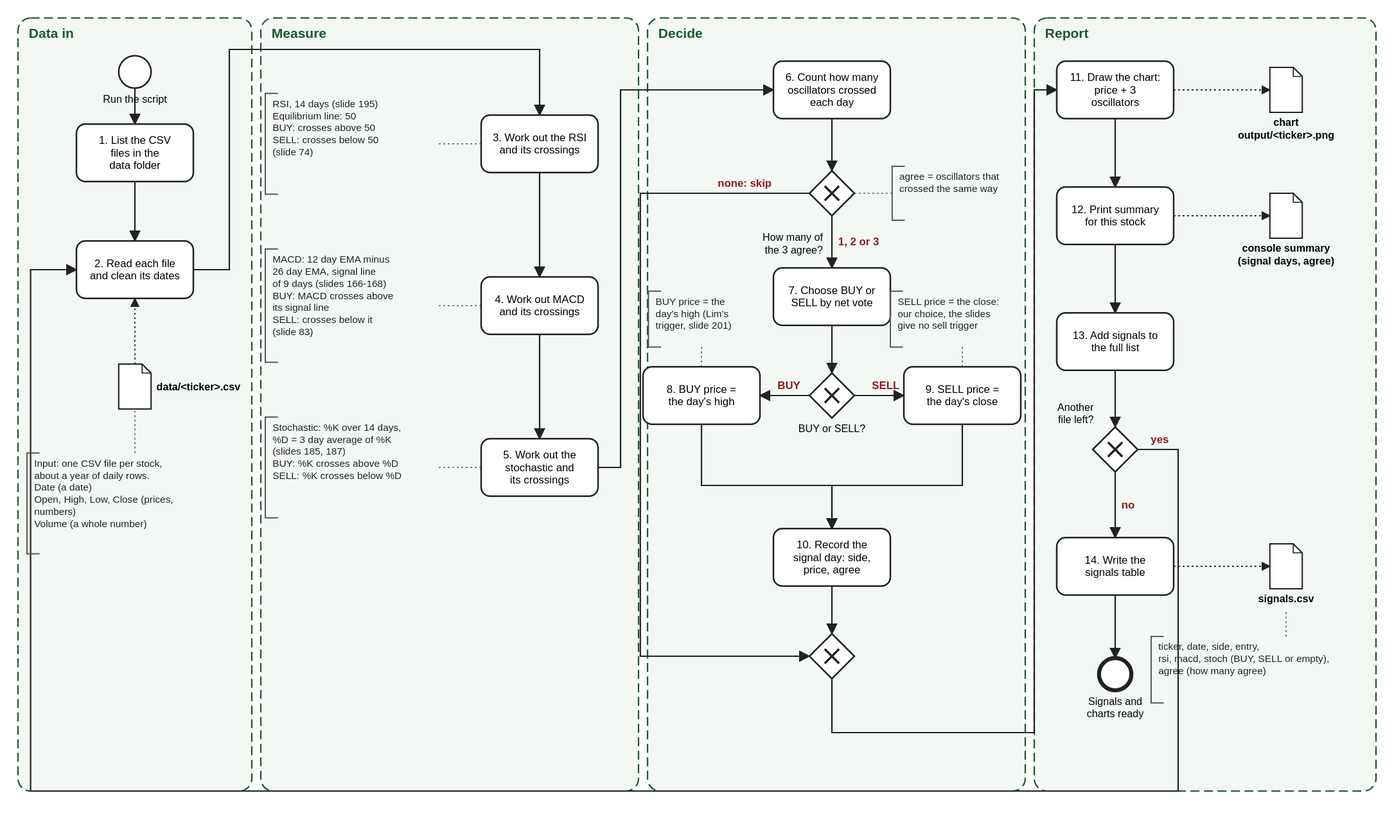
This is chapter-07/activity/First Automation FIN1209/First Automation FIN1209 - Example Flowchart.svg from benjiesotelo-sudo/Telos_FIN1209, a BPMN export, as it was before one commit. Its source is kept beside it as chapter-07/activity/First Automation FIN1209/First Automation FIN1209 - Example Flowchart.bpmn. Ids are renumbered.
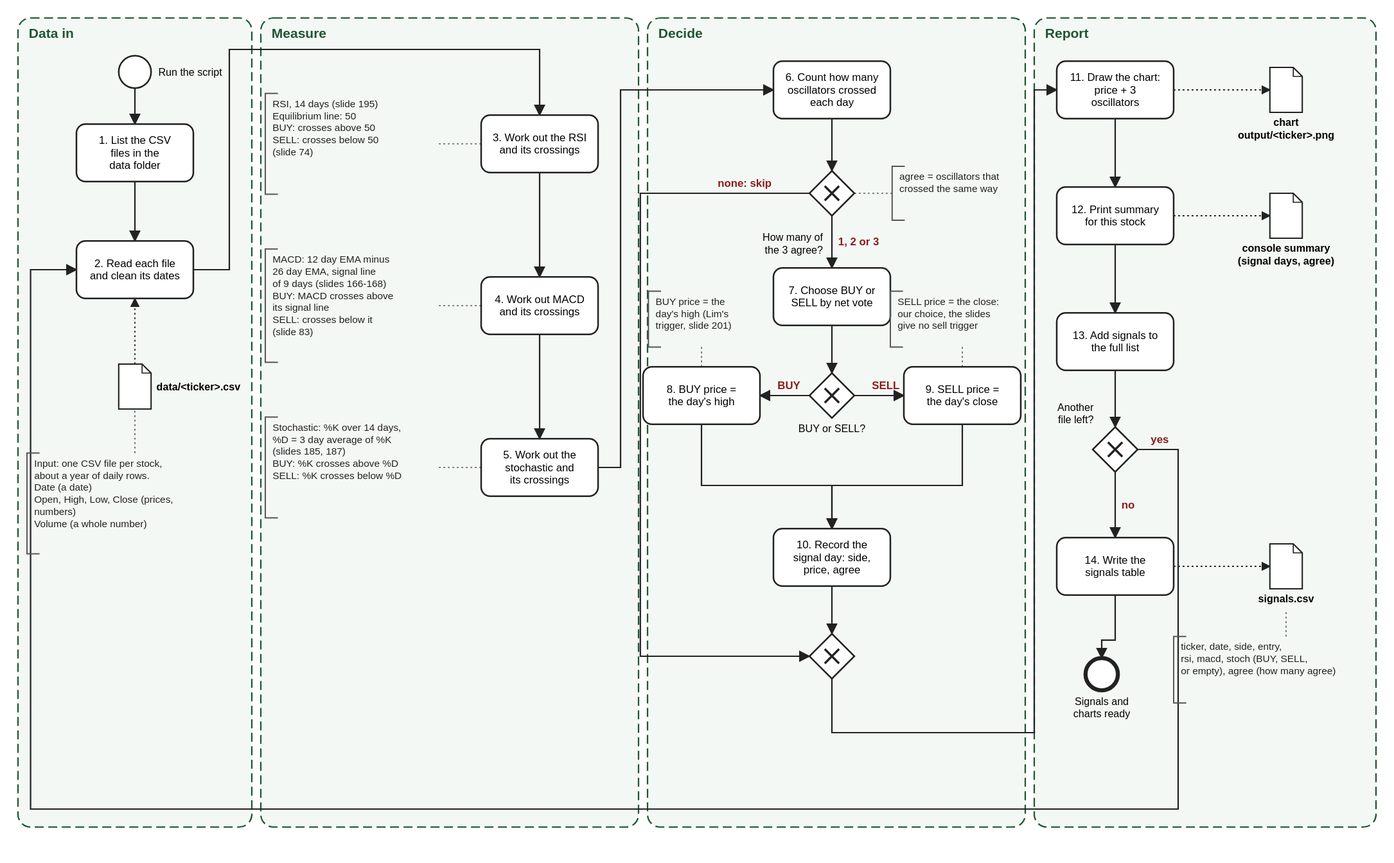
Above is the later version.

Commit message:
Flowchart: tidy three overlaps (start label, columns note, return line)

Diff of the diagram source:
```diff
@@ -133,8 +133,8 @@
     </bpmn:task>
     <bpmn:dataObjectReference id="D4" name="signals.csv" dataObjectRef="DO_D4" />
     <bpmn:textAnnotation id="N8"><bpmn:text>ticker, date, side, entry,
-rsi, macd, stoch (BUY, SELL or empty),
-agree (how many agree)</bpmn:text></bpmn:textAnnotation>
+rsi, macd, stoch (BUY, SELL,
+or empty), agree (how many agree)</bpmn:text></bpmn:textAnnotation>
     <bpmn:endEvent id="End" name="Signals and charts ready">
       <bpmn:incoming>F21</bpmn:incoming>
     </bpmn:endEvent>
@@ -172,20 +172,20 @@
   <bpmndi:BPMNDiagram id="Diagram_OscillatorExample">
     <bpmndi:BPMNPlane id="Plane_OscillatorExample" bpmnElement="OscillatorExample">
       <bpmndi:BPMNShape id="S1_di" bpmnElement="S1">
-        <dc:Bounds x="10" y="20" width="260" height="860" />
+        <dc:Bounds x="10" y="20" width="260" height="900" />
       </bpmndi:BPMNShape>
       <bpmndi:BPMNShape id="S2_di" bpmnElement="S2">
-        <dc:Bounds x="280" y="20" width="420" height="860" />
+        <dc:Bounds x="280" y="20" width="420" height="900" />
       </bpmndi:BPMNShape>
       <bpmndi:BPMNShape id="S3_di" bpmnElement="S3">
-        <dc:Bounds x="710" y="20" width="420" height="860" />
+        <dc:Bounds x="710" y="20" width="420" height="900" />
       </bpmndi:BPMNShape>
       <bpmndi:BPMNShape id="S4_di" bpmnElement="S4">
-        <dc:Bounds x="1140" y="20" width="380" height="860" />
+        <dc:Bounds x="1140" y="20" width="380" height="900" />
       </bpmndi:BPMNShape>
       <bpmndi:BPMNShape id="Start_di" bpmnElement="Start">
         <dc:Bounds x="122" y="62" width="36" height="36" />
-        <bpmndi:BPMNLabel><dc:Bounds x="80" y="102" width="120" height="27" /></bpmndi:BPMNLabel>
+        <bpmndi:BPMNLabel><dc:Bounds x="162" y="66" width="120" height="27" /></bpmndi:BPMNLabel>
       </bpmndi:BPMNShape>
       <bpmndi:BPMNShape id="T1_di" bpmnElement="T1">
         <dc:Bounds x="75" y="138" width="130" height="64" />
@@ -283,11 +283,11 @@
         <bpmndi:BPMNLabel><dc:Bounds x="1360" y="659" width="120" height="27" /></bpmndi:BPMNLabel>
       </bpmndi:BPMNShape>
       <bpmndi:BPMNShape id="N8_di" bpmnElement="N8">
-        <dc:Bounds x="1270" y="708" width="250" height="74" />
+        <dc:Bounds x="1295" y="708" width="220" height="74" />
       </bpmndi:BPMNShape>
       <bpmndi:BPMNShape id="End_di" bpmnElement="End">
-        <dc:Bounds x="1212" y="732" width="36" height="36" />
-        <bpmndi:BPMNLabel><dc:Bounds x="1170" y="772" width="120" height="27" /></bpmndi:BPMNLabel>
+        <dc:Bounds x="1197" y="732" width="36" height="36" />
+        <bpmndi:BPMNLabel><dc:Bounds x="1155" y="772" width="120" height="27" /></bpmndi:BPMNLabel>
       </bpmndi:BPMNShape>
       <bpmndi:BPMNEdge id="F1_di" bpmnElement="F1">
         <di:waypoint x="140" y="98" />
@@ -433,13 +433,15 @@
       </bpmndi:BPMNEdge>
       <bpmndi:BPMNEdge id="F21_di" bpmnElement="F21">
         <di:waypoint x="1230" y="662" />
-        <di:waypoint x="1230" y="732" />
+        <di:waypoint x="1230" y="712" />
+        <di:waypoint x="1215" y="712" />
+        <di:waypoint x="1215" y="732" />
       </bpmndi:BPMNEdge>
       <bpmndi:BPMNEdge id="F22_di" bpmnElement="F22">
         <di:waypoint x="1255" y="500" />
         <di:waypoint x="1300" y="500" />
-        <di:waypoint x="1300" y="880" />
-        <di:waypoint x="24" y="880" />
+        <di:waypoint x="1300" y="900" />
+        <di:waypoint x="24" y="900" />
         <di:waypoint x="24" y="300" />
         <di:waypoint x="75" y="300" />
       </bpmndi:BPMNEdge>
```
